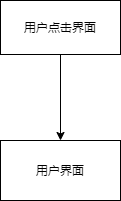
Before: Untitled Diagram.png, a diagram exported from draw.io (bangyanli/story). Source tidied: cells renumbered, new cells last; positions are measured from the earlier drawing's top-left corner, leaving out a move shared by most shapes.
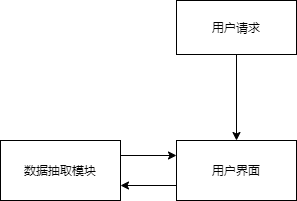
The same file after the commit.

Diff of the diagram source:
```diff
@@ -2,14 +2,23 @@
   <root>
     <mxCell id="0" />
     <mxCell id="1" parent="0" />
+    <mxCell id="5" style="edgeStyle=orthogonalEdgeStyle;rounded=0;jettySize=auto;html=1;exitX=0;exitY=0.75;exitDx=0;exitDy=0;entryX=1;entryY=0.75;entryDx=0;entryDy=0;" parent="1" edge="1" source="2" target="7">
+      <mxGeometry relative="1" as="geometry" />
+    </mxCell>
     <mxCell id="2" value="用户界面" style="whiteSpace=wrap;html=1;" parent="1" vertex="1">
       <mxGeometry y="140" width="120" height="60" as="geometry" />
     </mxCell>
     <mxCell id="3" style="edgeStyle=orthogonalEdgeStyle;rounded=0;jettySize=auto;html=1;entryX=0.5;entryY=0;entryDx=0;entryDy=0;" parent="1" edge="1" source="4" target="2">
       <mxGeometry relative="1" as="geometry" />
     </mxCell>
-    <mxCell id="4" value="用户点击界面" style="whiteSpace=wrap;html=1;" parent="1" vertex="1">
+    <mxCell id="4" value="用户请求" style="whiteSpace=wrap;html=1;" parent="1" vertex="1">
       <mxGeometry width="120" height="54" as="geometry" />
     </mxCell>
+    <mxCell id="6" style="edgeStyle=orthogonalEdgeStyle;rounded=0;jettySize=auto;html=1;exitX=1;exitY=0.25;exitDx=0;exitDy=0;entryX=0;entryY=0.25;entryDx=0;entryDy=0;" parent="1" edge="1" source="7" target="2">
+      <mxGeometry relative="1" as="geometry" />
+    </mxCell>
+    <mxCell id="7" value="数据抽取模块" style="whiteSpace=wrap;html=1;" parent="1" vertex="1">
+      <mxGeometry x="-176" y="140" width="120" height="60" as="geometry" />
+    </mxCell>
   </root>
 </mxGraphModel>
```
